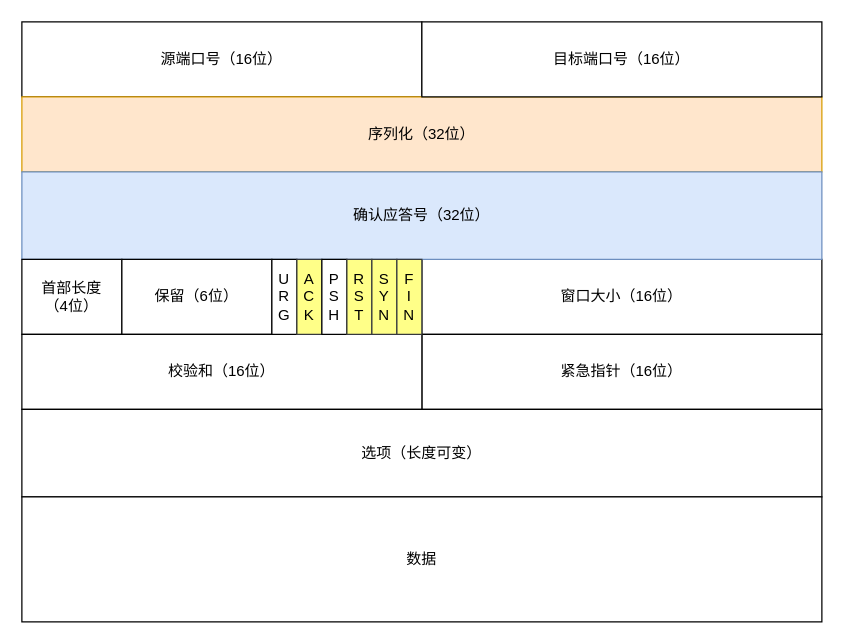
The draw.io diagram page "tcp" (1 of 2) of tcp.drawio in DogBaoBao/diagrams, before the edit. Source tidied: cells renumbered, new cells numbered last; positions are measured from the earlier drawing's top-left corner, leaving out a move shared by most shapes. Both pictures are drawn from the tidied source at 125%, with x=0, y=0 at pixel (21, 21).
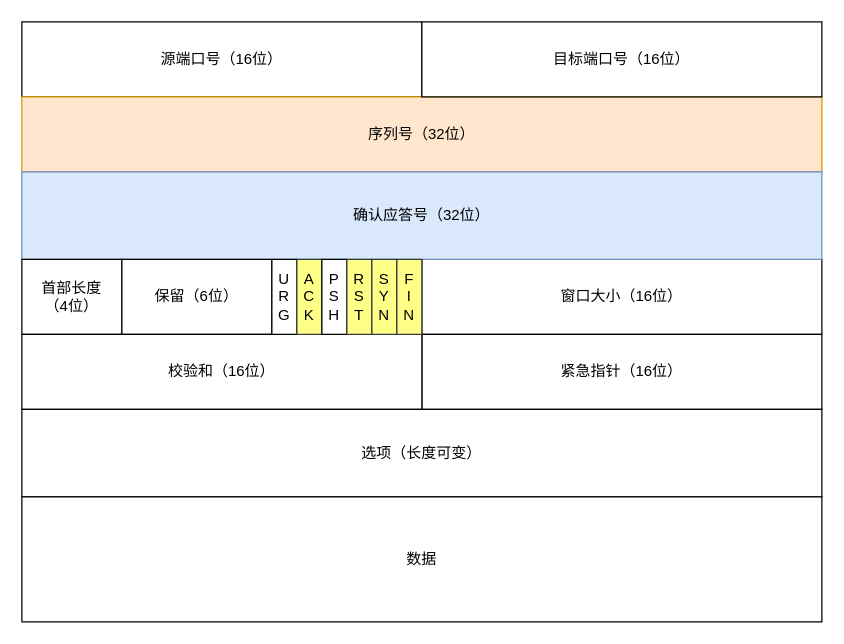
Above is the later version.

The edit, as a diff of the source:
```diff
@@
 <mxGraphModel>
   <root>
     <mxCell id="0" />
     <mxCell id="1" parent="0" />
     <mxCell id="2" value="源端口号（16位）" style="rounded=0;whiteSpace=wrap;html=1;" parent="1" vertex="1">
       <mxGeometry width="320" height="60" as="geometry" />
     </mxCell>
     <mxCell id="3" value="窗口大小（16位）" style="rounded=0;whiteSpace=wrap;html=1;" parent="1" vertex="1">
       <mxGeometry x="320" y="190" width="320" height="60" as="geometry" />
     </mxCell>
-    <mxCell id="4" value="序列化（32位）" style="rounded=0;whiteSpace=wrap;html=1;fillColor=#ffe6cc;strokeColor=#d79b00;" parent="1" vertex="1">
+    <mxCell id="4" value="序列号（32位）" style="rounded=0;whiteSpace=wrap;html=1;fillColor=#ffe6cc;strokeColor=#d79b00;" parent="1" vertex="1">
       <mxGeometry y="60" width="640" height="60" as="geometry" />
     </mxCell>
     <mxCell id="5" value="确认应答号（32位）" style="rounded=0;whiteSpace=wrap;html=1;fillColor=#dae8fc;strokeColor=#6c8ebf;" parent="1" vertex="1">
       <mxGeometry y="120" width="640" height="70" as="geometry" />
     </mxCell>
     <mxCell id="6" value="首部长度&lt;br&gt;（4位）" style="rounded=0;whiteSpace=wrap;html=1;" parent="1" vertex="1">
       <mxGeometry y="190" width="80" height="60" as="geometry" />
     </mxCell>
     <mxCell id="7" value="保留（6位）" style="rounded=0;whiteSpace=wrap;html=1;" parent="1" vertex="1">
       <mxGeometry x="80" y="190" width="120" height="60" as="geometry" />
     </mxCell>
     <mxCell id="8" value="目标端口号（16位）" style="rounded=0;whiteSpace=wrap;html=1;" parent="1" vertex="1">
       <mxGeometry x="320" width="320" height="60" as="geometry" />
     </mxCell>
     <mxCell id="9" value="紧急指针（16位）" style="rounded=0;whiteSpace=wrap;html=1;" parent="1" vertex="1">
       <mxGeometry x="320" y="250" width="320" height="60" as="geometry" />
     </mxCell>
     <mxCell id="10" value="校验和（16位）" style="rounded=0;whiteSpace=wrap;html=1;" parent="1" vertex="1">
       <mxGeometry y="250" width="320" height="60" as="geometry" />
     </mxCell>
     <mxCell id="11" value="选项（长度可变）" style="rounded=0;whiteSpace=wrap;html=1;" parent="1" vertex="1">
       <mxGeometry y="310" width="640" height="70" as="geometry" />
     </mxCell>
     <mxCell id="12" value="数据" style="rounded=0;whiteSpace=wrap;html=1;" parent="1" vertex="1">
       <mxGeometry y="380" width="640" height="100" as="geometry" />
     </mxCell>
     <mxCell id="13" value="U&lt;br&gt;R&lt;br&gt;G" style="rounded=0;whiteSpace=wrap;html=1;" parent="1" vertex="1">
       <mxGeometry x="200" y="190" width="20" height="60" as="geometry" />
     </mxCell>
     <mxCell id="14" value="A&lt;br&gt;C&lt;br&gt;K" style="rounded=0;whiteSpace=wrap;html=1;fillColor=#ffff88;strokeColor=#36393d;" parent="1" vertex="1">
       <mxGeometry x="220" y="190" width="20" height="60" as="geometry" />
     </mxCell>
     <mxCell id="15" value="P&lt;br&gt;S&lt;br&gt;H" style="rounded=0;whiteSpace=wrap;html=1;" parent="1" vertex="1">
       <mxGeometry x="240" y="190" width="20" height="60" as="geometry" />
     </mxCell>
     <mxCell id="16" value="R&lt;br&gt;S&lt;br&gt;T" style="rounded=0;whiteSpace=wrap;html=1;fillColor=#ffff88;strokeColor=#36393d;" parent="1" vertex="1">
       <mxGeometry x="260" y="190" width="20" height="60" as="geometry" />
     </mxCell>
     <mxCell id="17" value="S&lt;br&gt;Y&lt;br&gt;N" style="rounded=0;whiteSpace=wrap;html=1;fillColor=#ffff88;strokeColor=#36393d;" parent="1" vertex="1">
       <mxGeometry x="280" y="190" width="20" height="60" as="geometry" />
     </mxCell>
     <mxCell id="18" value="F&lt;br&gt;I&lt;br&gt;N" style="rounded=0;whiteSpace=wrap;html=1;fillColor=#ffff88;strokeColor=#36393d;" parent="1" vertex="1">
       <mxGeometry x="300" y="190" width="20" height="60" as="geometry" />
     </mxCell>
   </root>
 </mxGraphModel>
```
